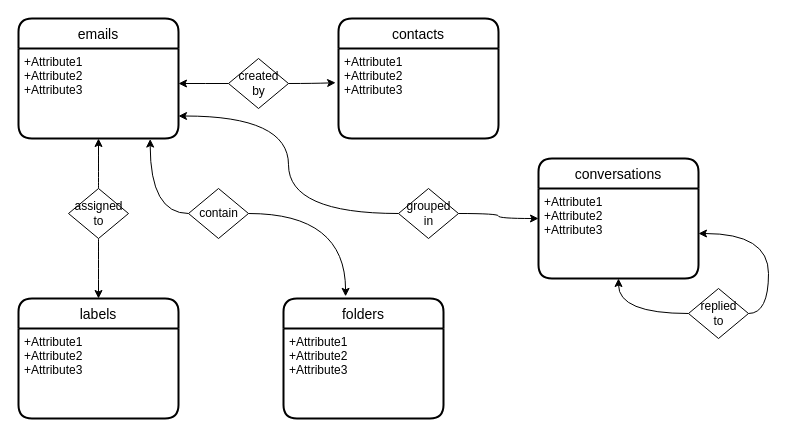
Above: Untitled Diagram.drawio in gituser514/Diagram (draw.io), before the change. Source tidied: cells renumbered, new cells numbered last; positions are measured from the earlier drawing's top-left corner, leaving out a move shared by most shapes. Both pictures are drawn from the tidied source at 100%, with x=0, y=0 at pixel (18, 18).
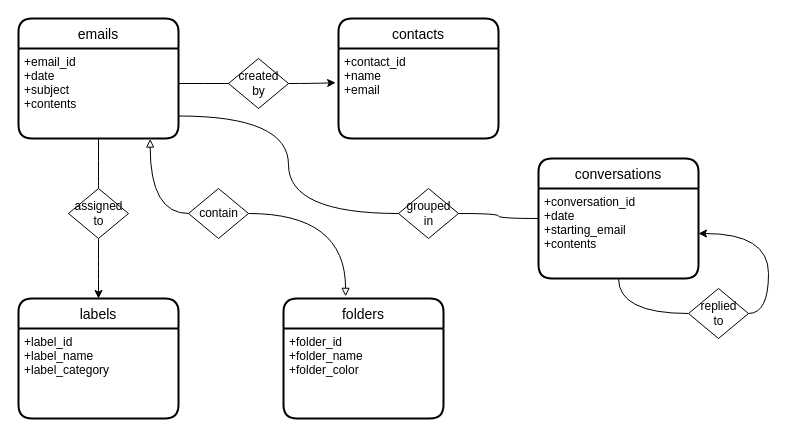
Above is the later version.

Unchanged cells that the change refers to:
```xml
<mxCell id="2" value="emails" style="swimlane;horizontal=1;startSize=30;rounded=1;fontSize=14;fontStyle=0;strokeWidth=2;shadow=0;dashed=0;align=center;" parent="1" vertex="1">
  <mxGeometry width="160" height="120" as="geometry" />
</mxCell>
<mxCell id="4" value="contacts" style="swimlane;horizontal=1;startSize=30;rounded=1;fontSize=14;fontStyle=0;strokeWidth=2;shadow=0;dashed=0;align=center;" parent="1" vertex="1">
  <mxGeometry x="320" width="160" height="120" as="geometry" />
</mxCell>
<mxCell id="6" value="folders" style="swimlane;horizontal=1;startSize=30;rounded=1;fontSize=14;fontStyle=0;strokeWidth=2;shadow=0;dashed=0;align=center;" parent="1" vertex="1">
  <mxGeometry x="265" y="280" width="160" height="120" as="geometry" />
</mxCell>
<mxCell id="8" value="labels " style="swimlane;horizontal=1;startSize=30;rounded=1;fontSize=14;fontStyle=0;strokeWidth=2;shadow=0;dashed=0;align=center;" parent="1" vertex="1">
  <mxGeometry y="280" width="160" height="120" as="geometry" />
</mxCell>
<mxCell id="12" value="&lt;div&gt;assigned &lt;br&gt;&lt;/div&gt;&lt;div&gt;to&lt;/div&gt;" style="shape=rhombus;html=1;dashed=0;whitespace=wrap;perimeter=rhombusPerimeter;" parent="1" vertex="1">
  <mxGeometry x="50" y="170" width="60" height="50" as="geometry" />
</mxCell>
<mxCell id="15" value="contain" style="shape=rhombus;html=1;dashed=0;whitespace=wrap;perimeter=rhombusPerimeter;" parent="1" vertex="1">
  <mxGeometry x="170" y="170" width="60" height="50" as="geometry" />
</mxCell>
<mxCell id="18" value="&lt;div&gt;created &lt;br&gt;&lt;/div&gt;&lt;div&gt;by&lt;/div&gt;" style="shape=rhombus;html=1;dashed=0;whitespace=wrap;perimeter=rhombusPerimeter;" parent="1" vertex="1">
  <mxGeometry x="210" y="40" width="60" height="50" as="geometry" />
</mxCell>
<mxCell id="19" value="conversations" style="swimlane;horizontal=1;startSize=30;rounded=1;fontSize=14;fontStyle=0;strokeWidth=2;shadow=0;dashed=0;align=center;" parent="1" vertex="1">
  <mxGeometry x="520" y="140" width="160" height="120" as="geometry" />
</mxCell>
<mxCell id="23" value="&lt;div&gt;grouped &lt;br&gt;&lt;/div&gt;&lt;div&gt;in&lt;/div&gt;" style="shape=rhombus;html=1;dashed=0;whitespace=wrap;perimeter=rhombusPerimeter;" parent="1" vertex="1">
  <mxGeometry x="380" y="170" width="60" height="50" as="geometry" />
</mxCell>
<mxCell id="26" value="&lt;div&gt;replied &lt;br&gt;&lt;/div&gt;&lt;div&gt;to&lt;br&gt;&lt;/div&gt;" style="shape=rhombus;html=1;dashed=0;whitespace=wrap;perimeter=rhombusPerimeter;" parent="1" vertex="1">
  <mxGeometry x="670" y="270" width="60" height="50" as="geometry" />
</mxCell>
```

The edit, as a diff of the source:
```diff
@@
-    <mxCell id="3" value="+Attribute1&#10;+Attribute2&#10;+Attribute3" style="align=left;strokeColor=none;fillColor=none;spacingLeft=4;fontSize=12;verticalAlign=top;" parent="2" vertex="1">
+    <mxCell id="3" value="+email_id&#10;+date&#10;+subject&#10;+contents&#10;" style="align=left;strokeColor=none;fillColor=none;spacingLeft=4;fontSize=12;verticalAlign=top;" parent="2" vertex="1">
       <mxGeometry y="30" width="160" height="90" as="geometry" />
     </mxCell>
@@
-    <mxCell id="5" value="+Attribute1&#10;+Attribute2&#10;+Attribute3" style="align=left;strokeColor=none;fillColor=none;spacingLeft=4;fontSize=12;verticalAlign=top;" parent="4" vertex="1">
+    <mxCell id="5" value="+contact_id&#10;+name&#10;+email&#10;" style="align=left;strokeColor=none;fillColor=none;spacingLeft=4;fontSize=12;verticalAlign=top;" parent="4" vertex="1">
       <mxGeometry y="30" width="160" height="90" as="geometry" />
     </mxCell>
@@
-    <mxCell id="7" value="+Attribute1&#10;+Attribute2&#10;+Attribute3" style="align=left;strokeColor=none;fillColor=none;spacingLeft=4;fontSize=12;verticalAlign=top;" parent="6" vertex="1">
+    <mxCell id="7" value="+folder_id&#10;+folder_name&#10;+folder_color " style="align=left;strokeColor=none;fillColor=none;spacingLeft=4;fontSize=12;verticalAlign=top;" parent="6" vertex="1">
       <mxGeometry y="30" width="160" height="90" as="geometry" />
     </mxCell>
@@
-    <mxCell id="9" value="+Attribute1&#10;+Attribute2&#10;+Attribute3" style="align=left;strokeColor=none;fillColor=none;spacingLeft=4;fontSize=12;verticalAlign=top;" parent="8" vertex="1">
+    <mxCell id="9" value="+label_id&#10;+label_name&#10;+label_category " style="align=left;strokeColor=none;fillColor=none;spacingLeft=4;fontSize=12;verticalAlign=top;" parent="8" vertex="1">
       <mxGeometry y="30" width="160" height="90" as="geometry" />
     </mxCell>
-    <mxCell id="10" style="edgeStyle=orthogonalEdgeStyle;rounded=0;jettySize=auto;html=1;curved=1;" parent="1" edge="1" source="12" target="3">
+    <mxCell id="10" style="edgeStyle=orthogonalEdgeStyle;rounded=0;jettySize=auto;html=1;curved=1;endArrow=none;endFill=0;" parent="1" edge="1" source="12" target="3">
       <mxGeometry relative="1" as="geometry" />
     </mxCell>
@@
-    <mxCell id="13" style="edgeStyle=orthogonalEdgeStyle;rounded=0;jettySize=auto;html=1;entryX=0.823;entryY=1.006;entryDx=0;entryDy=0;entryPerimeter=0;curved=1;" parent="1" edge="1" source="15" target="3">
+    <mxCell id="13" style="edgeStyle=orthogonalEdgeStyle;rounded=0;jettySize=auto;html=1;entryX=0.823;entryY=1.006;entryDx=0;entryDy=0;entryPerimeter=0;curved=1;endArrow=block;endFill=0;" parent="1" edge="1" source="15" target="3">
       <mxGeometry relative="1" as="geometry" />
     </mxCell>
-    <mxCell id="14" style="edgeStyle=orthogonalEdgeStyle;rounded=0;jettySize=auto;html=1;entryX=0.388;entryY=-0.018;entryDx=0;entryDy=0;entryPerimeter=0;curved=1;" parent="1" edge="1" source="15" target="6">
+    <mxCell id="14" style="edgeStyle=orthogonalEdgeStyle;rounded=0;jettySize=auto;html=1;entryX=0.388;entryY=-0.018;entryDx=0;entryDy=0;entryPerimeter=0;curved=1;endArrow=block;endFill=0;" parent="1" edge="1" source="15" target="6">
       <mxGeometry relative="1" as="geometry" />
     </mxCell>
@@
-    <mxCell id="17" style="edgeStyle=orthogonalEdgeStyle;rounded=0;jettySize=auto;html=1;curved=1;" parent="1" edge="1" source="18">
+    <mxCell id="17" style="edgeStyle=orthogonalEdgeStyle;rounded=0;jettySize=auto;html=1;curved=1;endArrow=none;endFill=0;" parent="1" edge="1" source="18">
       <mxGeometry relative="1" as="geometry">
         <mxPoint x="160" y="65" as="targetPoint" />
       </mxGeometry>
     </mxCell>
@@
-    <mxCell id="20" value="+Attribute1&#10;+Attribute2&#10;+Attribute3" style="align=left;strokeColor=none;fillColor=none;spacingLeft=4;fontSize=12;verticalAlign=top;" parent="19" vertex="1">
+    <mxCell id="20" value="+conversation_id&#10;+date&#10;+starting_email&#10;+contents" style="align=left;strokeColor=none;fillColor=none;spacingLeft=4;fontSize=12;verticalAlign=top;" parent="19" vertex="1">
       <mxGeometry y="30" width="160" height="90" as="geometry" />
     </mxCell>
-    <mxCell id="21" style="edgeStyle=orthogonalEdgeStyle;rounded=0;jettySize=auto;html=1;curved=1;" parent="1" edge="1" source="23" target="19">
+    <mxCell id="21" style="edgeStyle=orthogonalEdgeStyle;rounded=0;jettySize=auto;html=1;curved=1;endArrow=none;endFill=0;" parent="1" edge="1" source="23" target="19">
       <mxGeometry relative="1" as="geometry" />
     </mxCell>
-    <mxCell id="22" style="edgeStyle=orthogonalEdgeStyle;rounded=0;jettySize=auto;html=1;entryX=1;entryY=0.75;entryDx=0;entryDy=0;curved=1;" parent="1" edge="1" source="23" target="3">
+    <mxCell id="22" style="edgeStyle=orthogonalEdgeStyle;rounded=0;jettySize=auto;html=1;entryX=1;entryY=0.75;entryDx=0;entryDy=0;curved=1;endArrow=none;endFill=0;" parent="1" edge="1" source="23" target="3">
       <mxGeometry relative="1" as="geometry" />
     </mxCell>
@@
-    <mxCell id="24" style="edgeStyle=orthogonalEdgeStyle;curved=1;rounded=0;jettySize=auto;html=1;exitX=0;exitY=0.5;exitDx=0;exitDy=0;" parent="1" edge="1" source="26" target="20">
+    <mxCell id="24" style="edgeStyle=orthogonalEdgeStyle;curved=1;rounded=0;jettySize=auto;html=1;exitX=0;exitY=0.5;exitDx=0;exitDy=0;endArrow=none;endFill=0;" parent="1" edge="1" source="26" target="20">
       <mxGeometry relative="1" as="geometry" />
     </mxCell>
```
